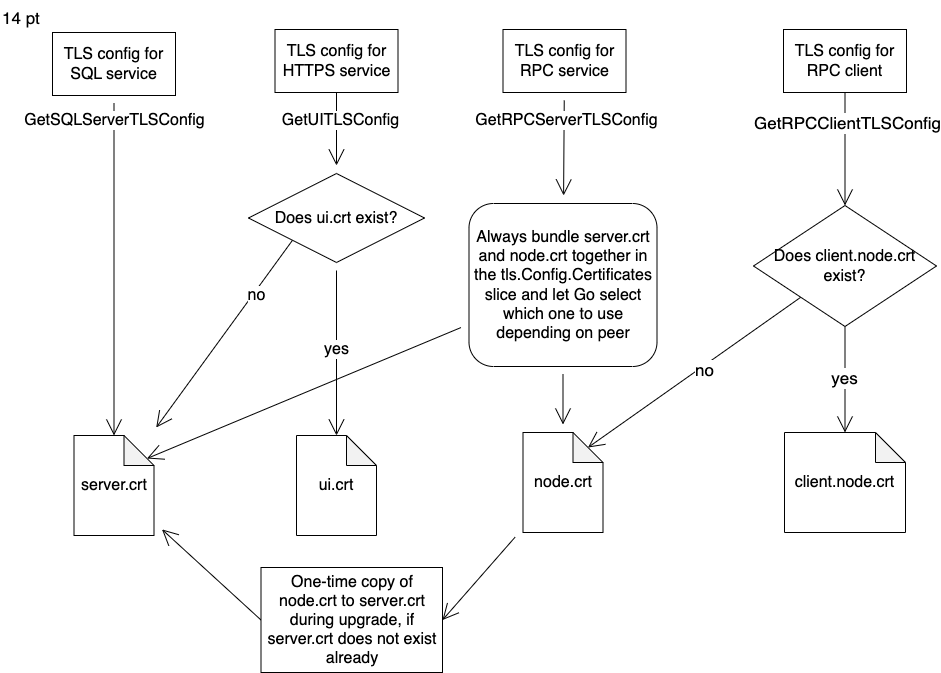
Before: docs/RFCS/20221124_split_tls/server_certs.png, a diagram exported from draw.io (cockroachdb/cockroach). Source tidied: cells renumbered, new cells last; positions are measured from the earlier drawing's top-left corner, leaving out a move shared by most shapes.
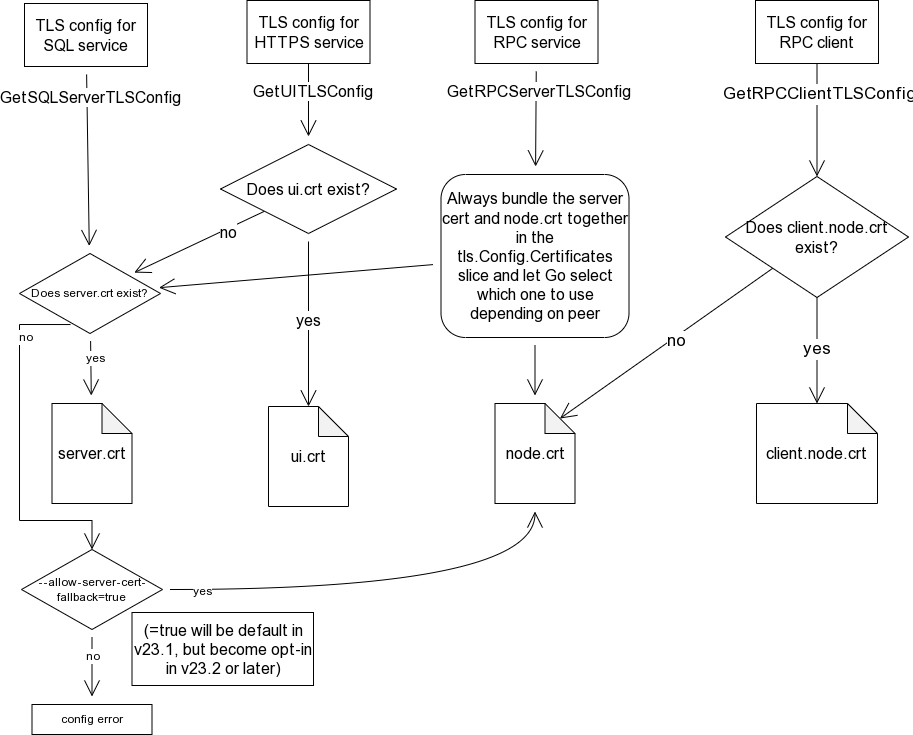
The same file after the commit.

Change to the diagram source:
```diff
@@ -5,15 +5,27 @@
     <mxCell id="2" value="TLS config for SQL service" style="rounded=0;whiteSpace=wrap;html=1;fontSize=16;" parent="1" vertex="1">
       <mxGeometry x="52" y="32" width="123" height="63" as="geometry" />
     </mxCell>
+    <mxCell id="35" style="edgeStyle=orthogonalEdgeStyle;shape=connector;rounded=0;jettySize=auto;html=1;entryX=0.5;entryY=0;entryDx=0;entryDy=0;labelBackgroundColor=default;strokeColor=default;fontFamily=Helvetica;fontSize=12;fontColor=default;endArrow=open;startSize=14;endSize=14;sourcePerimeterSpacing=8;targetPerimeterSpacing=8;exitX=0.362;exitY=0.888;exitDx=0;exitDy=0;exitPerimeter=0;" parent="1" edge="1" source="44" target="41">
+      <mxGeometry relative="1" as="geometry">
+        <Array as="points">
+          <mxPoint x="47" y="353" />
+          <mxPoint x="47" y="549" />
+          <mxPoint x="120" y="549" />
+        </Array>
+      </mxGeometry>
+    </mxCell>
+    <mxCell id="36" value="no" style="edgeLabel;html=1;align=center;verticalAlign=middle;fontSize=12;fontFamily=Helvetica;fontColor=default;" parent="35" vertex="1">
+      <mxGeometry x="-0.63" y="5" relative="1" as="geometry" />
+    </mxCell>
     <mxCell id="3" value="server.crt" style="shape=note;whiteSpace=wrap;html=1;backgroundOutline=1;darkOpacity=0.05;fontSize=16;" parent="1" vertex="1">
-      <mxGeometry x="73.5" y="435" width="80" height="100" as="geometry" />
+      <mxGeometry x="79.5" y="432" width="80" height="100" as="geometry" />
     </mxCell>
-    <mxCell id="4" style="edgeStyle=none;jettySize=auto;html=1;rounded=0;fontSize=12;endArrow=open;startSize=14;endSize=14;sourcePerimeterSpacing=8;targetPerimeterSpacing=8;curved=1;entryX=0.5;entryY=0;entryDx=0;entryDy=0;entryPerimeter=0;" parent="1" edge="1" source="2" target="3">
+    <mxCell id="4" style="edgeStyle=none;jettySize=auto;html=1;rounded=0;fontSize=12;endArrow=open;startSize=14;endSize=14;sourcePerimeterSpacing=8;targetPerimeterSpacing=8;curved=1;" parent="1" edge="1" source="2" target="44">
       <mxGeometry relative="1" as="geometry" />
     </mxCell>
     <mxCell id="5" value="GetSQLServerTLSConfig" style="edgeLabel;html=1;align=center;verticalAlign=middle;fontSize=16;" parent="4" vertex="1">
       <mxGeometry x="-0.78" y="-1" relative="1" as="geometry">
-        <mxPoint x="1" y="-20" as="offset" />
+        <mxPoint x="4" y="3" as="offset" />
       </mxGeometry>
     </mxCell>
     <mxCell id="6" style="edgeStyle=none;curved=1;rounded=0;jettySize=auto;html=1;exitX=0.5;exitY=1;exitDx=0;exitDy=0;fontSize=12;endArrow=open;startSize=14;endSize=14;sourcePerimeterSpacing=8;targetPerimeterSpacing=8;" parent="1" edge="1" source="8" target="13">
@@ -31,7 +43,7 @@
     <mxCell id="10" value="yes" style="edgeLabel;html=1;align=center;verticalAlign=middle;fontSize=16;" parent="9" vertex="1">
       <mxGeometry x="-0.05" y="-1" relative="1" as="geometry" />
     </mxCell>
-    <mxCell id="11" style="edgeStyle=none;curved=1;rounded=0;jettySize=auto;html=1;exitX=0;exitY=1;exitDx=0;exitDy=0;fontSize=12;endArrow=open;startSize=14;endSize=14;sourcePerimeterSpacing=8;targetPerimeterSpacing=8;" parent="1" edge="1" source="13" target="3">
+    <mxCell id="11" style="edgeStyle=none;curved=1;rounded=0;jettySize=auto;html=1;exitX=0;exitY=1;exitDx=0;exitDy=0;fontSize=12;endArrow=open;startSize=14;endSize=14;sourcePerimeterSpacing=8;targetPerimeterSpacing=8;" parent="1" edge="1" source="13" target="44">
       <mxGeometry relative="1" as="geometry" />
     </mxCell>
     <mxCell id="12" value="no" style="edgeLabel;html=1;align=center;verticalAlign=middle;fontSize=16;" parent="11" vertex="1">
@@ -54,26 +66,20 @@
     <mxCell id="17" value="TLS config for RPC service" style="rounded=0;whiteSpace=wrap;html=1;fontSize=16;" parent="1" vertex="1">
       <mxGeometry x="502.5" y="29" width="123" height="63" as="geometry" />
     </mxCell>
-    <mxCell id="18" style="edgeStyle=none;curved=1;rounded=0;jettySize=auto;html=1;entryX=1;entryY=0.5;entryDx=0;entryDy=0;fontSize=12;endArrow=open;startSize=14;endSize=14;sourcePerimeterSpacing=8;targetPerimeterSpacing=8;" parent="1" edge="1" source="19" target="24">
-      <mxGeometry relative="1" as="geometry" />
-    </mxCell>
     <mxCell id="19" value="node.crt" style="shape=note;whiteSpace=wrap;html=1;backgroundOutline=1;darkOpacity=0.05;fontSize=16;" parent="1" vertex="1">
       <mxGeometry x="522.5" y="432" width="80" height="100" as="geometry" />
     </mxCell>
-    <mxCell id="20" style="edgeStyle=none;curved=1;rounded=0;jettySize=auto;html=1;entryX=0.913;entryY=0.23;entryDx=0;entryDy=0;entryPerimeter=0;fontSize=12;endArrow=open;startSize=14;endSize=14;sourcePerimeterSpacing=8;targetPerimeterSpacing=8;" parent="1" edge="1" source="22" target="3">
+    <mxCell id="20" style="edgeStyle=none;curved=1;rounded=0;jettySize=auto;html=1;fontSize=12;endArrow=open;startSize=14;endSize=14;sourcePerimeterSpacing=8;targetPerimeterSpacing=8;" parent="1" edge="1" source="22" target="44">
       <mxGeometry relative="1" as="geometry" />
     </mxCell>
     <mxCell id="21" style="edgeStyle=none;curved=1;rounded=0;jettySize=auto;html=1;fontSize=12;endArrow=open;startSize=14;endSize=14;sourcePerimeterSpacing=8;targetPerimeterSpacing=8;" parent="1" edge="1" source="22" target="19">
       <mxGeometry relative="1" as="geometry" />
     </mxCell>
-    <mxCell id="22" value="Always bundle server.crt and node.crt together in the tls.Config.Certificates slice and let Go select which one to use depending on peer" style="rounded=1;whiteSpace=wrap;html=1;fontSize=16;" parent="1" vertex="1">
+    <mxCell id="22" value="Always bundle the server cert and node.crt together in the tls.Config.Certificates slice and let Go select which one to use depending on peer" style="rounded=1;whiteSpace=wrap;html=1;fontSize=16;" parent="1" vertex="1">
       <mxGeometry x="468.5" y="203" width="188" height="163" as="geometry" />
     </mxCell>
-    <mxCell id="23" style="edgeStyle=none;curved=1;rounded=0;jettySize=auto;html=1;fontSize=12;endArrow=open;startSize=14;endSize=14;sourcePerimeterSpacing=8;targetPerimeterSpacing=8;exitX=0;exitY=0.5;exitDx=0;exitDy=0;" parent="1" edge="1" source="24" target="3">
-      <mxGeometry relative="1" as="geometry" />
-    </mxCell>
-    <mxCell id="24" value="One-time copy of node.crt to server.crt during upgrade, if server.crt does not exist already" style="rounded=0;whiteSpace=wrap;html=1;fontSize=16;" parent="1" vertex="1">
-      <mxGeometry x="260.5" y="567" width="181.5" height="105" as="geometry" />
+    <mxCell id="24" value="(=true will be default in v23.1, but become opt-in in v23.2 or later)" style="rounded=0;whiteSpace=wrap;html=1;fontSize=16;" parent="1" vertex="1">
+      <mxGeometry x="159.5" y="641" width="181.5" height="73" as="geometry" />
     </mxCell>
     <mxCell id="25" style="edgeStyle=none;rounded=0;jumpSize=8;jettySize=auto;html=1;fontSize=17;endArrow=open;endFill=0;startSize=14;endSize=14;" parent="1" edge="1" source="27" target="32">
       <mxGeometry relative="1" as="geometry" />
@@ -108,8 +114,34 @@
     <mxCell id="33" value="client.node.crt" style="shape=note;whiteSpace=wrap;html=1;backgroundOutline=1;darkOpacity=0.05;fontSize=16;" parent="1" vertex="1">
       <mxGeometry x="784" y="432" width="121" height="100" as="geometry" />
     </mxCell>
-    <mxCell id="34" value="14 pt" style="text;whiteSpace=wrap;html=1;fontSize=17;" parent="1" vertex="1">
-      <mxGeometry y="0.5" width="66" height="42" as="geometry" />
-    </mxCell>
+    <mxCell id="37" style="edgeStyle=orthogonalEdgeStyle;shape=connector;curved=1;rounded=0;jettySize=auto;html=1;labelBackgroundColor=default;strokeColor=default;fontFamily=Helvetica;fontSize=12;fontColor=default;endArrow=open;startSize=14;endSize=14;sourcePerimeterSpacing=8;targetPerimeterSpacing=8;" parent="1" edge="1" source="41" target="19">
+      <mxGeometry relative="1" as="geometry" />
+    </mxCell>
+    <mxCell id="38" value="yes" style="edgeLabel;html=1;align=center;verticalAlign=middle;fontSize=12;fontFamily=Helvetica;fontColor=default;" parent="37" vertex="1">
+      <mxGeometry x="-0.86" y="-1" relative="1" as="geometry" />
+    </mxCell>
+    <mxCell id="39" style="shape=connector;rounded=0;jettySize=auto;html=1;labelBackgroundColor=default;strokeColor=default;fontFamily=Helvetica;fontSize=12;fontColor=default;endArrow=open;startSize=14;endSize=14;sourcePerimeterSpacing=8;targetPerimeterSpacing=8;" parent="1" edge="1" source="41" target="45">
+      <mxGeometry relative="1" as="geometry" />
+    </mxCell>
+    <mxCell id="40" value="no" style="edgeLabel;html=1;align=center;verticalAlign=middle;fontSize=12;fontFamily=Helvetica;fontColor=default;" parent="39" vertex="1">
+      <mxGeometry x="-0.39" relative="1" as="geometry" />
+    </mxCell>
+    <mxCell id="41" value="--allow-server-cert-fallback=true" style="rhombus;whiteSpace=wrap;html=1;" parent="1" vertex="1">
+      <mxGeometry x="49" y="578" width="141" height="80" as="geometry" />
+    </mxCell>
+    <mxCell id="42" style="edgeStyle=none;shape=connector;curved=1;rounded=0;jettySize=auto;html=1;labelBackgroundColor=default;strokeColor=default;fontFamily=Helvetica;fontSize=12;fontColor=default;endArrow=open;startSize=14;endSize=14;sourcePerimeterSpacing=8;targetPerimeterSpacing=8;" parent="1" edge="1" source="44" target="3">
+      <mxGeometry relative="1" as="geometry" />
+    </mxCell>
+    <mxCell id="43" value="yes" style="edgeLabel;html=1;align=center;verticalAlign=middle;fontSize=12;fontFamily=Helvetica;fontColor=default;" parent="42" vertex="1">
+      <mxGeometry x="-0.58" y="2" relative="1" as="geometry">
+        <mxPoint x="2" y="6" as="offset" />
+      </mxGeometry>
+    </mxCell>
+    <mxCell id="44" value="Does server.crt exist?" style="rhombus;whiteSpace=wrap;html=1;" parent="1" vertex="1">
+      <mxGeometry x="47" y="282" width="141" height="80" as="geometry" />
+    </mxCell>
+    <mxCell id="45" value="config error" style="whiteSpace=wrap;html=1;" parent="1" vertex="1">
+      <mxGeometry x="59.5" y="733" width="120" height="30" as="geometry" />
+    </mxCell>
   </root>
 </mxGraphModel>
```
